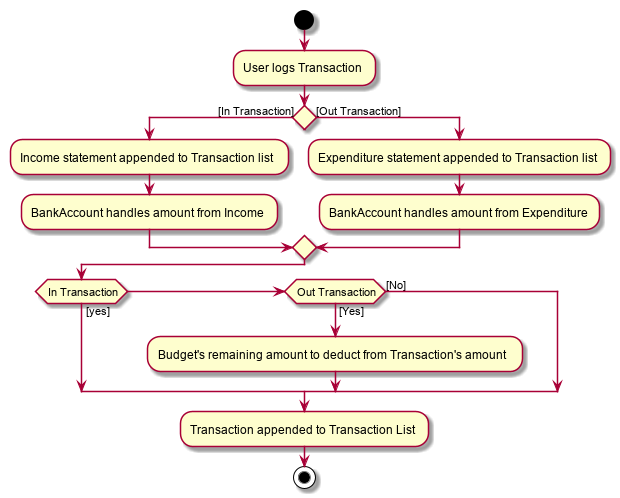
Before: docs/images/OutbudgetActivityDiagram.png, a diagram exported from PlantUML (nus-cs2103-AY1920S1/addressbook-level3).
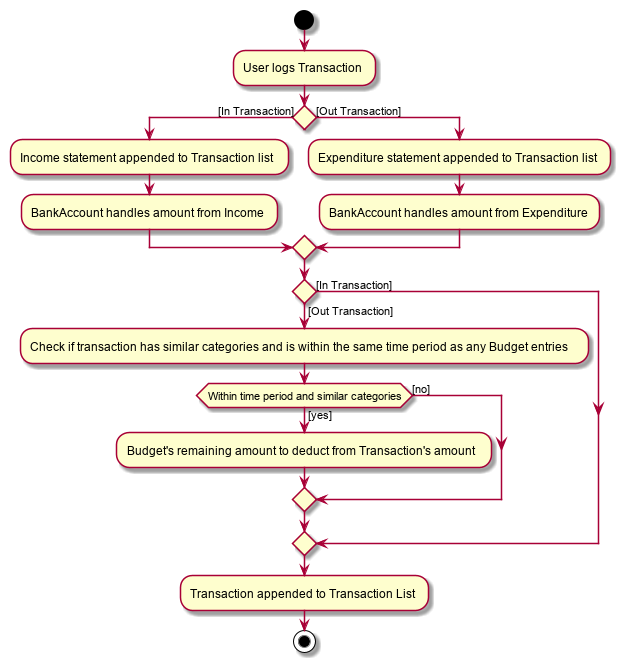
Later version of the same file.

The edit, as a diff of the source:
```diff
@@ -13,12 +13,18 @@
 
 endif
 
-if(In Transaction) then ([yes])
+if() then ([In Transaction])
 
-elseif (Out Transaction) then ([Yes])
+else([Out Transaction])
+:Check if transaction has similar categories and is within the same time period as any Budget entries;
+
+if(Within time period and similar categories) then ([yes])
 :Budget's remaining amount to deduct from Transaction's amount;
 
-else([No])
+
+else([no])
+
+endif
 
 endif
 
```
